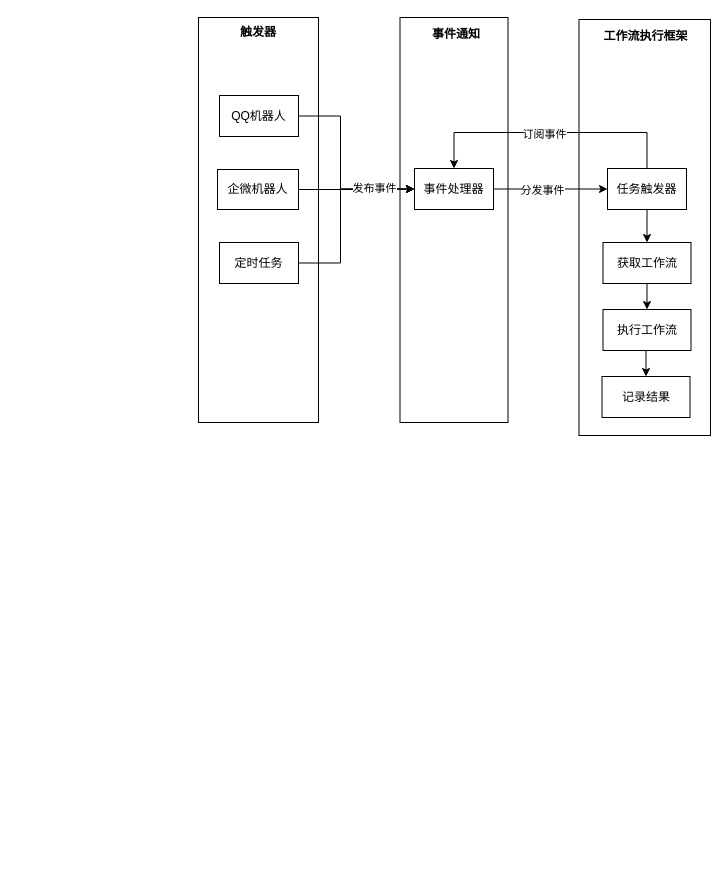
Above: page "第 2 页" (2 of 2) of diagrams/问题分析助手.drawio in neoalvin/draw.io (draw.io), before the change. Source tidied: cells renumbered, new cells numbered last; positions are measured from the earlier drawing's top-left corner, leaving out a move shared by most shapes. Both pictures are drawn from the tidied source at 100%, with x=0, y=0 at pixel (198, 17).
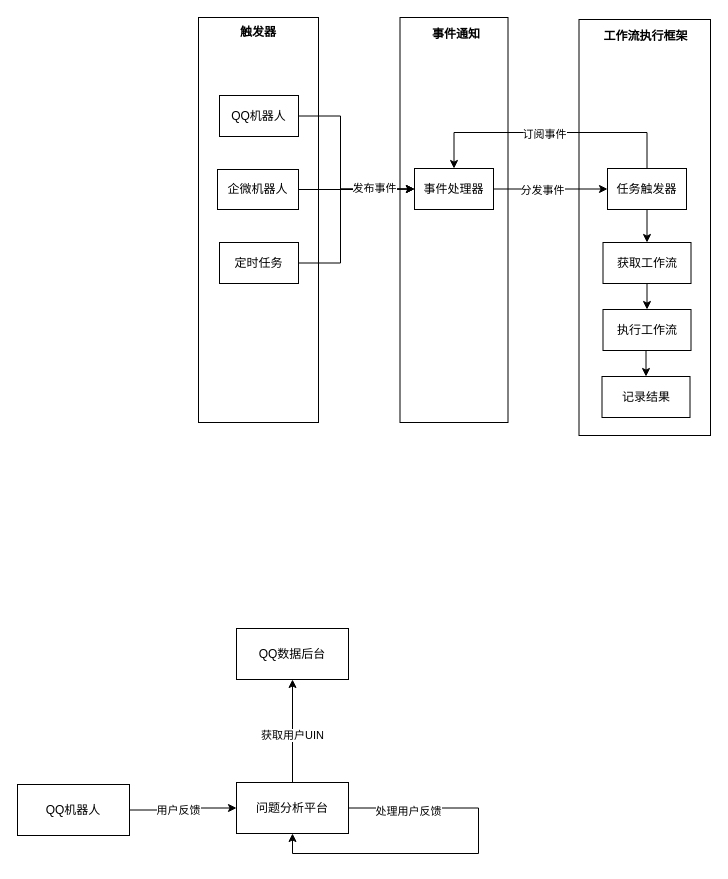
Above is the later version.

Commit message:
更新问题分析助手.drawio

Change to the diagram source:
```diff
@@
+    <mxCell id="27" style="edgeStyle=orthogonalEdgeStyle;rounded=0;jettySize=auto;html=1;exitX=1;exitY=0.5;exitDx=0;exitDy=0;" parent="1" edge="1" source="29" target="33">
+      <mxGeometry relative="1" as="geometry" />
+    </mxCell>
+    <mxCell id="28" value="用户反馈" style="edgeLabel;html=1;align=center;verticalAlign=middle;" parent="27" vertex="1">
+      <mxGeometry x="-0.12" y="1" relative="1" as="geometry">
+        <mxPoint y="1" as="offset" />
+      </mxGeometry>
+    </mxCell>
+    <mxCell id="29" value="QQ机器人" style="rounded=0;whiteSpace=wrap;html=1;" parent="1" vertex="1">
+      <mxGeometry x="-181" y="767" width="112" height="51" as="geometry" />
+    </mxCell>
+    <mxCell id="30" value="QQ数据后台" style="rounded=0;whiteSpace=wrap;html=1;" parent="1" vertex="1">
+      <mxGeometry x="38" y="611" width="112" height="51" as="geometry" />
+    </mxCell>
+    <mxCell id="31" style="edgeStyle=orthogonalEdgeStyle;rounded=0;jettySize=auto;html=1;exitX=0.5;exitY=0;exitDx=0;exitDy=0;entryX=0.5;entryY=1;entryDx=0;entryDy=0;" parent="1" edge="1" source="33" target="30">
+      <mxGeometry relative="1" as="geometry" />
+    </mxCell>
+    <mxCell id="32" value="获取用户UIN" style="edgeLabel;html=1;align=center;verticalAlign=middle;" parent="31" vertex="1">
+      <mxGeometry x="-0.07" y="1" relative="1" as="geometry" />
+    </mxCell>
+    <mxCell id="33" value="问题分析平台" style="rounded=0;whiteSpace=wrap;html=1;" parent="1" vertex="1">
+      <mxGeometry x="38" y="765" width="112" height="51" as="geometry" />
+    </mxCell>
+    <mxCell id="34" style="edgeStyle=orthogonalEdgeStyle;rounded=0;orthogonalLoop=1;jettySize=auto;html=1;exitX=1;exitY=0.5;exitDx=0;exitDy=0;entryX=0.5;entryY=1;entryDx=0;entryDy=0;" parent="1" edge="1" source="33" target="33">
+      <mxGeometry relative="1" as="geometry">
+        <Array as="points">
+          <mxPoint x="280" y="791" />
+          <mxPoint x="280" y="836" />
+          <mxPoint x="94" y="836" />
+        </Array>
+      </mxGeometry>
+    </mxCell>
+    <mxCell id="35" value="处理用户反馈" style="edgeLabel;html=1;align=center;verticalAlign=middle;" parent="34" vertex="1">
+      <mxGeometry x="-0.69" y="-2" relative="1" as="geometry">
+        <mxPoint y="1" as="offset" />
+      </mxGeometry>
+    </mxCell>
```
